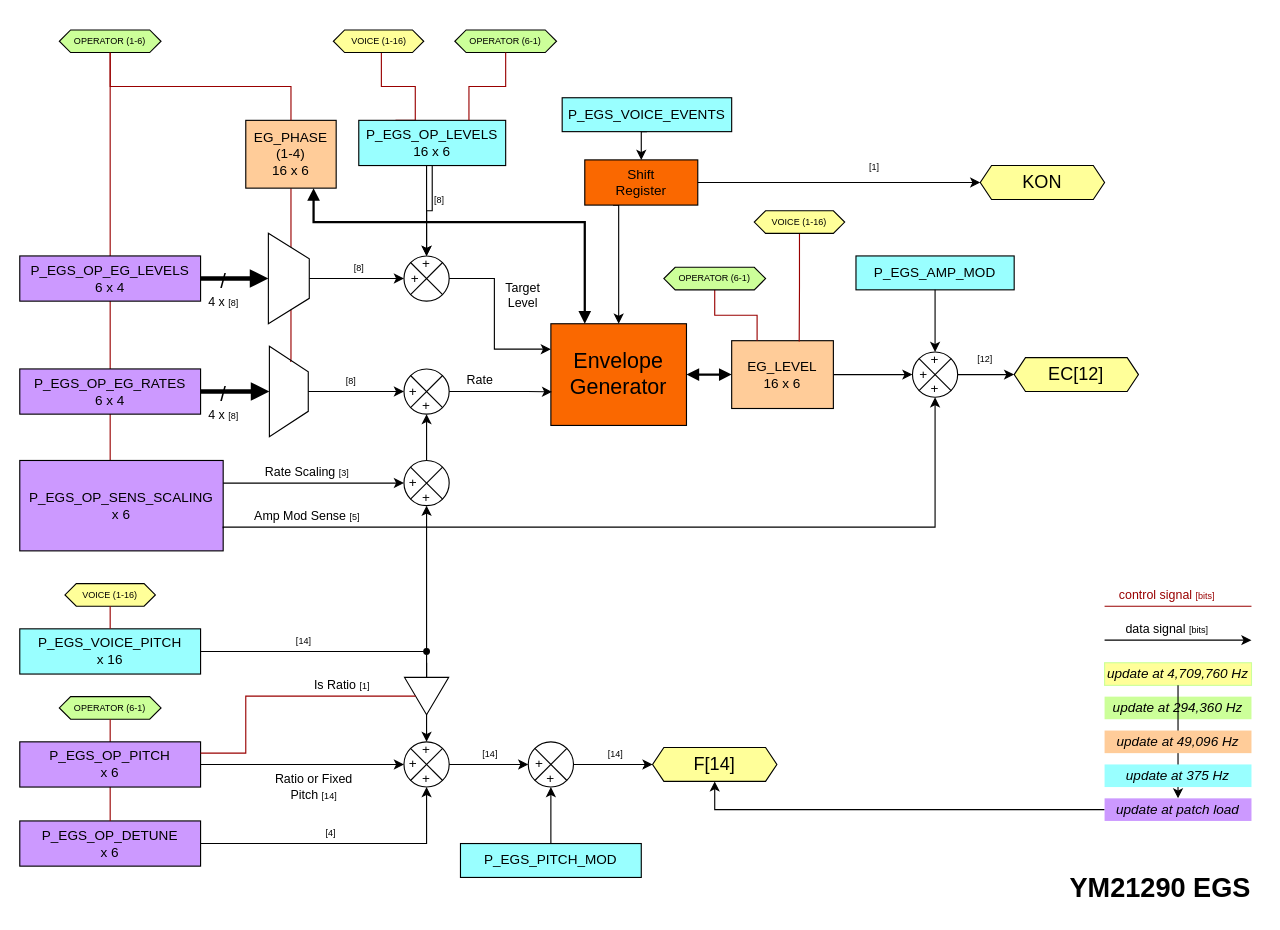
Above: Research/YM21290 EGS.drawio in AnotherJohnH/picoX7 (draw.io), before the change. Source tidied: cells renumbered, new cells numbered last; positions are measured from the earlier drawing's top-left corner, leaving out a move shared by most shapes. Both pictures are drawn from the tidied source at 113%, with x=0, y=0 at pixel (19, 29).
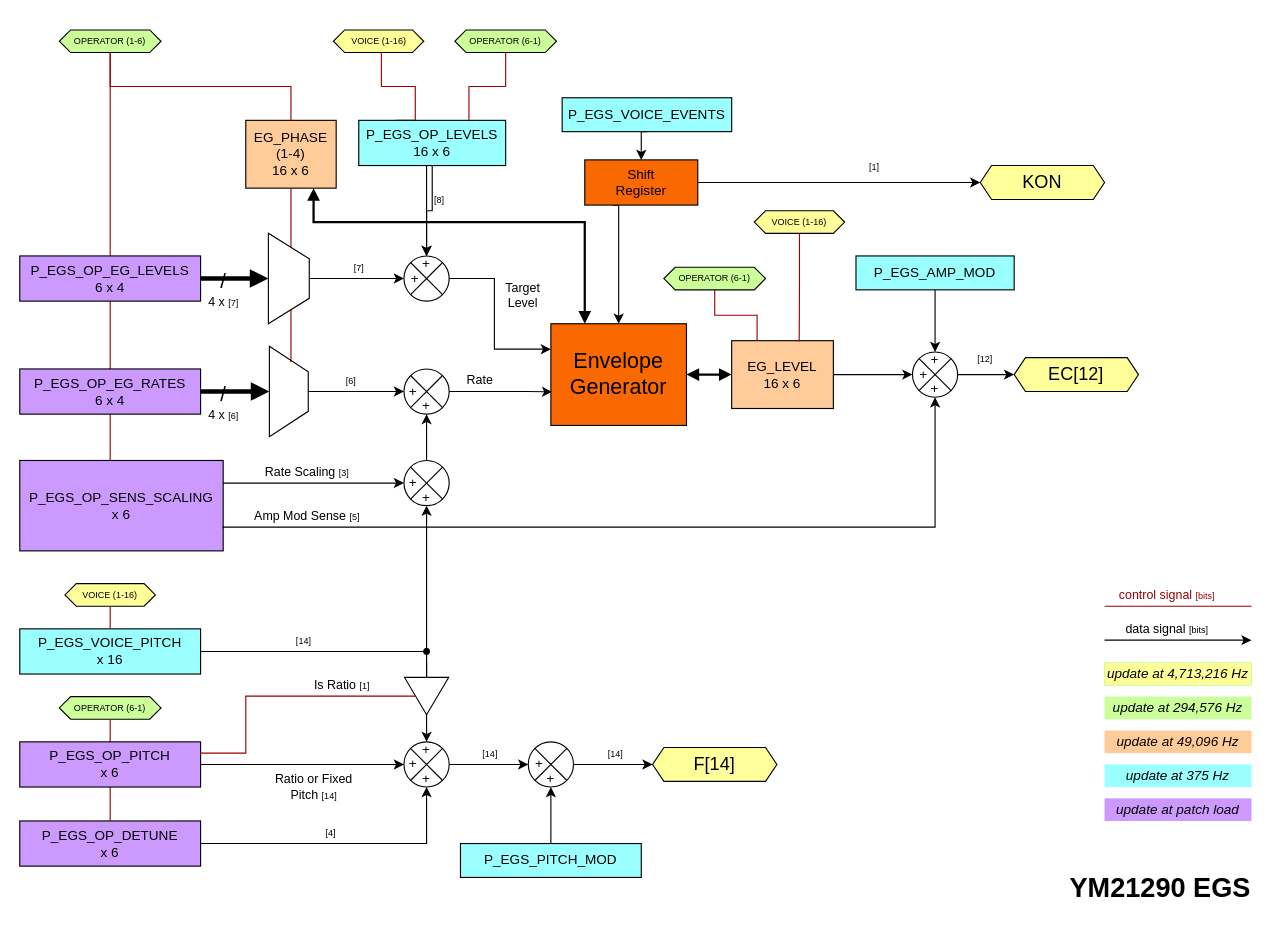
The same diagram, later.

Unchanged cells that the change refers to:
```xml
<mxCell id="9" style="shape=trapezoid;perimeter=trapezoidPerimeter;whiteSpace=wrap;html=1;fixedSize=1;size=22.5;rotation=90;strokeColor=#000000;fontColor=#000000;labelBackgroundColor=none;fillColor=#FFFFFF;" parent="1" vertex="1">
  <mxGeometry x="198.1" y="201.9" width="80" height="36.2" as="geometry" />
</mxCell>
<mxCell id="13" value="&lt;p style=&quot;line-height: 110%;&quot;&gt;+&lt;br&gt;+&amp;nbsp; &amp;nbsp; &amp;nbsp;&amp;nbsp;&lt;br&gt;&lt;br&gt;&lt;/p&gt;" style="shape=sumEllipse;perimeter=ellipsePerimeter;whiteSpace=wrap;html=1;backgroundOutline=1;strokeColor=#000000;fontColor=#000000;labelBackgroundColor=none;fillColor=none;" parent="1" vertex="1">
  <mxGeometry x="340" y="200" width="40" height="40" as="geometry" />
</mxCell>
<mxCell id="22" value="&lt;p style=&quot;line-height: 110%;&quot;&gt;&lt;br&gt;+&amp;nbsp; &amp;nbsp; &amp;nbsp; &amp;nbsp;&lt;br&gt;+&lt;br&gt;&lt;/p&gt;" style="shape=sumEllipse;perimeter=ellipsePerimeter;whiteSpace=wrap;html=1;backgroundOutline=1;strokeColor=#000000;fontColor=#000000;labelBackgroundColor=none;fillColor=none;" parent="1" vertex="1">
  <mxGeometry x="340" y="300" width="40" height="40" as="geometry" />
</mxCell>
<mxCell id="54" value="&lt;span style=&quot;font-family: Helvetica; font-size: 12px; font-style: normal; font-variant-ligatures: normal; font-variant-caps: normal; font-weight: 400; letter-spacing: normal; orphans: 2; text-align: center; text-indent: 0px; text-transform: none; widows: 2; word-spacing: 0px; -webkit-text-stroke-width: 0px; text-decoration-thickness: initial; text-decoration-style: initial; text-decoration-color: initial; float: none; display: inline !important;&quot;&gt;P_EGS_OP_EG_LEVELS&lt;/span&gt;&lt;br style=&quot;border-color: rgb(0, 0, 0); font-family: Helvetica; font-size: 12px; font-style: normal; font-variant-ligatures: normal; font-variant-caps: normal; font-weight: 400; letter-spacing: normal; orphans: 2; text-align: center; text-indent: 0px; text-transform: none; widows: 2; word-spacing: 0px; -webkit-text-stroke-width: 0px; text-decoration-thickness: initial; text-decoration-style: initial; text-decoration-color: initial;&quot;&gt;&lt;span style=&quot;font-family: Helvetica; font-size: 12px; font-style: normal; font-variant-ligatures: normal; font-variant-caps: normal; font-weight: 400; letter-spacing: normal; orphans: 2; text-align: center; text-indent: 0px; text-transform: none; widows: 2; word-spacing: 0px; -webkit-text-stroke-width: 0px; text-decoration-thickness: initial; text-decoration-style: initial; text-decoration-color: initial; float: none; display: inline !important;&quot;&gt;6 x 4&lt;/span&gt;" style="rounded=0;whiteSpace=wrap;html=1;fillColor=#CC99FF;fontColor=#000000;strokeColor=#000000;labelBackgroundColor=none;" parent="1" vertex="1">
  <mxGeometry y="200" width="160" height="40" as="geometry" />
</mxCell>
<mxCell id="67" value="&lt;p style=&quot;line-height: 103%;&quot;&gt;&lt;font style=&quot;font-size: 16px;&quot;&gt;F[14]&lt;/font&gt;&lt;/p&gt;" style="shape=hexagon;perimeter=hexagonPerimeter2;whiteSpace=wrap;html=1;fixedSize=1;size=10;fillColor=#FFFF99;fontColor=#000000;strokeColor=#000000;labelBackgroundColor=none;" parent="1" vertex="1">
  <mxGeometry x="560" y="635" width="110" height="30" as="geometry" />
</mxCell>
<mxCell id="80" value="&lt;font color=&quot;#000000&quot;&gt;update at patch load&lt;/font&gt;" style="rounded=0;whiteSpace=wrap;html=1;strokeColor=none;fillColor=#CC99FF;fontStyle=2;" parent="1" vertex="1">
  <mxGeometry x="960" y="680" width="130" height="20" as="geometry" />
</mxCell>
<mxCell id="85" style="shape=trapezoid;perimeter=trapezoidPerimeter;whiteSpace=wrap;html=1;fixedSize=1;size=22.5;rotation=90;strokeColor=#000000;fontColor=#000000;labelBackgroundColor=none;fillColor=none;" parent="1" vertex="1">
  <mxGeometry x="198.1" y="302.8" width="80" height="34.4" as="geometry" />
</mxCell>
```

What changed in the source:
```diff
@@
-    <mxCell id="8" value="&lt;font style=&quot;font-size: 18px;&quot;&gt;/&lt;/font&gt;&lt;br&gt;4 x&amp;nbsp;&lt;font style=&quot;font-size: 8px;&quot;&gt;[8]&lt;/font&gt;" style="edgeStyle=orthogonalEdgeStyle;rounded=0;jettySize=auto;html=1;exitX=1;exitY=0.5;exitDx=0;exitDy=0;entryX=0.5;entryY=1;entryDx=0;entryDy=0;strokeWidth=4;endArrow=block;endFill=1;labelBackgroundColor=none;strokeColor=#000000;fontColor=#000000;" parent="1" edge="1" source="54" target="9">
+    <mxCell id="8" value="&lt;font style=&quot;font-size: 18px;&quot;&gt;/&lt;/font&gt;&lt;br&gt;4 x&amp;nbsp;&lt;font style=&quot;font-size: 8px;&quot;&gt;[7]&lt;/font&gt;" style="edgeStyle=orthogonalEdgeStyle;rounded=0;jettySize=auto;html=1;exitX=1;exitY=0.5;exitDx=0;exitDy=0;entryX=0.5;entryY=1;entryDx=0;entryDy=0;strokeWidth=4;endArrow=block;endFill=1;labelBackgroundColor=none;strokeColor=#000000;fontColor=#000000;" parent="1" edge="1" source="54" target="9">
       <mxGeometry x="-0.33" y="-10" relative="1" as="geometry" />
     </mxCell>
@@
-    <mxCell id="14" value="&lt;font style=&quot;font-size: 8px;&quot;&gt;[8]&lt;/font&gt;" style="edgeStyle=orthogonalEdgeStyle;rounded=0;jettySize=auto;html=1;entryX=0;entryY=0.5;entryDx=0;entryDy=0;exitX=0.5;exitY=0;exitDx=0;exitDy=0;strokeColor=#000000;fontColor=#000000;labelBackgroundColor=none;" parent="1" edge="1" source="9" target="13">
+    <mxCell id="14" value="&lt;font style=&quot;font-size: 8px;&quot;&gt;[7]&lt;/font&gt;" style="edgeStyle=orthogonalEdgeStyle;rounded=0;jettySize=auto;html=1;entryX=0;entryY=0.5;entryDx=0;entryDy=0;exitX=0.5;exitY=0;exitDx=0;exitDy=0;strokeColor=#000000;fontColor=#000000;labelBackgroundColor=none;" parent="1" edge="1" source="9" target="13">
       <mxGeometry x="0.04" y="10" relative="1" as="geometry" />
     </mxCell>
@@
-    <mxCell id="18" value="&lt;font style=&quot;font-size: 18px;&quot;&gt;/&lt;/font&gt;&lt;br&gt;4 x &lt;font style=&quot;font-size: 8px;&quot;&gt;[8]&lt;/font&gt;" style="edgeStyle=orthogonalEdgeStyle;rounded=0;jettySize=auto;html=1;entryX=0.5;entryY=1;entryDx=0;entryDy=0;strokeWidth=4;endArrow=block;endFill=1;labelBackgroundColor=none;strokeColor=#000000;fontColor=#000000;" parent="1" edge="1" target="85">
+    <mxCell id="18" value="&lt;font style=&quot;font-size: 18px;&quot;&gt;/&lt;/font&gt;&lt;br&gt;4 x &lt;font style=&quot;font-size: 8px;&quot;&gt;[6]&lt;/font&gt;" style="edgeStyle=orthogonalEdgeStyle;rounded=0;jettySize=auto;html=1;entryX=0.5;entryY=1;entryDx=0;entryDy=0;strokeWidth=4;endArrow=block;endFill=1;labelBackgroundColor=none;strokeColor=#000000;fontColor=#000000;" parent="1" edge="1" target="85">
       <mxGeometry x="-0.34" y="-10" relative="1" as="geometry">
         <mxPoint x="160" y="320" as="sourcePoint" />
         <Array as="points">
           <mxPoint x="190" y="320" />
           <mxPoint x="190" y="320" />
         </Array>
       </mxGeometry>
     </mxCell>
@@
-    <mxCell id="24" value="&lt;font style=&quot;font-size: 8px;&quot;&gt;[8]&lt;/font&gt;" style="edgeStyle=orthogonalEdgeStyle;rounded=0;jettySize=auto;html=1;entryX=0;entryY=0.5;entryDx=0;entryDy=0;exitX=0.5;exitY=0;exitDx=0;exitDy=0;strokeColor=#000000;fontColor=#000000;labelBackgroundColor=none;" parent="1" edge="1" source="85" target="22">
+    <mxCell id="24" value="&lt;font style=&quot;font-size: 8px;&quot;&gt;[6]&lt;/font&gt;" style="edgeStyle=orthogonalEdgeStyle;rounded=0;jettySize=auto;html=1;entryX=0;entryY=0.5;entryDx=0;entryDy=0;exitX=0.5;exitY=0;exitDx=0;exitDy=0;strokeColor=#000000;fontColor=#000000;labelBackgroundColor=none;" parent="1" edge="1" source="85" target="22">
       <mxGeometry x="-0.1" y="10" relative="1" as="geometry" />
     </mxCell>
@@
-    <mxCell id="76" style="edgeStyle=orthogonalEdgeStyle;rounded=0;jettySize=auto;html=1;" parent="1" edge="1" source="80" target="67">
-      <mxGeometry relative="1" as="geometry" />
-    </mxCell>
-    <mxCell id="77" value="&lt;font color=&quot;#000000&quot;&gt;update at 4,709,760 Hz&lt;/font&gt;" style="rounded=0;whiteSpace=wrap;html=1;strokeColor=#CCFF99;fillColor=#FFFF99;fontStyle=2;" parent="1" vertex="1">
+    <mxCell id="77" value="&lt;font color=&quot;#000000&quot;&gt;update at 4,713,216 Hz&lt;/font&gt;" style="rounded=0;whiteSpace=wrap;html=1;strokeColor=#CCFF99;fillColor=#FFFF99;fontStyle=2;" parent="1" vertex="1">
       <mxGeometry x="960" y="560" width="130" height="20" as="geometry" />
     </mxCell>
-    <mxCell id="78" value="&lt;font color=&quot;#000000&quot;&gt;update at 294,360 Hz&lt;/font&gt;" style="rounded=0;whiteSpace=wrap;html=1;strokeColor=none;fillColor=#CCFF99;fontStyle=2;" parent="1" vertex="1">
+    <mxCell id="78" value="&lt;font color=&quot;#000000&quot;&gt;update at 294,576 Hz&lt;/font&gt;" style="rounded=0;whiteSpace=wrap;html=1;strokeColor=none;fillColor=#CCFF99;fontStyle=2;" parent="1" vertex="1">
       <mxGeometry x="960" y="590" width="130" height="20" as="geometry" />
     </mxCell>
-    <mxCell id="79" style="edgeStyle=orthogonalEdgeStyle;rounded=0;jettySize=auto;html=1;" parent="1" edge="1" source="77" target="80">
-      <mxGeometry relative="1" as="geometry" />
-    </mxCell>
```
